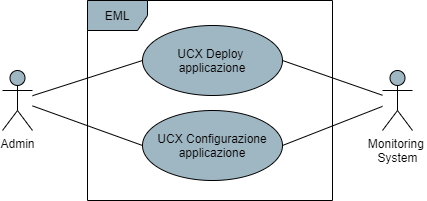
This is DocumentazioneEsterna/AnalisiDeiRequisiti/res/UseCase/Immagini/Admin.png from Omicron-Team/Documentazione, a draw.io export, as it was before one commit. Source tidied: cells renumbered, new cells last; positions are measured from the earlier drawing's top-left corner, leaving out a move shared by most shapes.
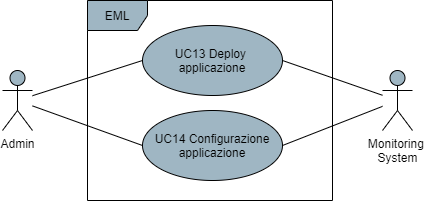
After the commit.

The edit, as a diff of the source:
```diff
@@ -14,10 +14,10 @@
     <mxCell id="5" value="EML" style="shape=umlFrame;whiteSpace=wrap;html=1;fillColor=#9FB6C3;" parent="1" vertex="1">
       <mxGeometry x="85" width="245" height="200" as="geometry" />
     </mxCell>
-    <mxCell id="6" value="UCX Deploy &lt;br&gt;applicazione" style="ellipse;whiteSpace=wrap;html=1;fillColor=#9FB6C3;" parent="1" vertex="1">
+    <mxCell id="6" value="UC13 Deploy &lt;br&gt;applicazione" style="ellipse;whiteSpace=wrap;html=1;fillColor=#9FB6C3;" parent="1" vertex="1">
       <mxGeometry x="140" y="25" width="140" height="70" as="geometry" />
     </mxCell>
-    <mxCell id="7" value="UCX Configurazione applicazione" style="ellipse;whiteSpace=wrap;html=1;fillColor=#9FB6C3;" parent="1" vertex="1">
+    <mxCell id="7" value="UC14 Configurazione applicazione" style="ellipse;whiteSpace=wrap;html=1;fillColor=#9FB6C3;" parent="1" vertex="1">
       <mxGeometry x="140" y="110" width="140" height="70" as="geometry" />
     </mxCell>
     <mxCell id="8" style="rounded=0;jettySize=auto;html=1;entryX=1;entryY=0.5;entryDx=0;entryDy=0;endArrow=none;endFill=0;" parent="1" edge="1" source="10" target="6">
```
